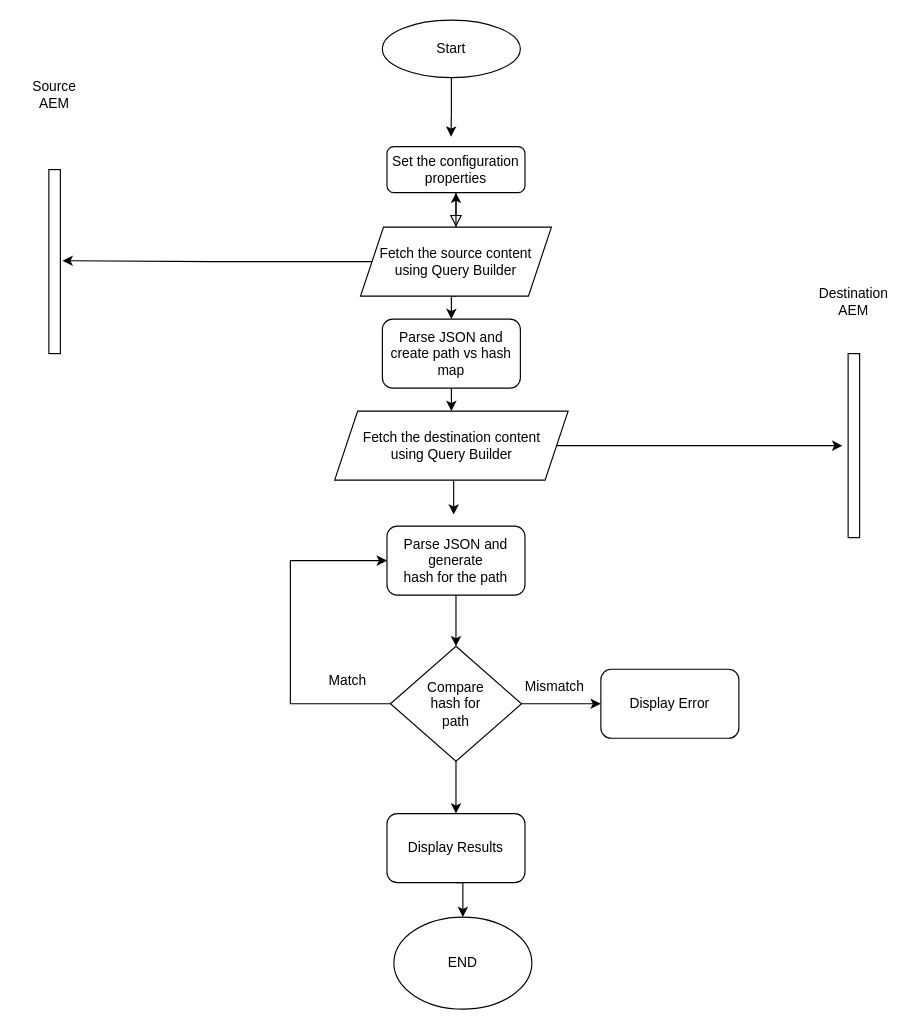
wasilzafar/assets keeps this draw.io diagram as draw-io/Migration Validation Diagram.drawio. Above is the earlier version. Source tidied: cells renumbered, new cells numbered last; positions are measured from the earlier drawing's top-left corner, leaving out a move shared by most shapes. Both pictures are drawn from the tidied source at 115%, with x=0, y=0 at pixel (20, 20).
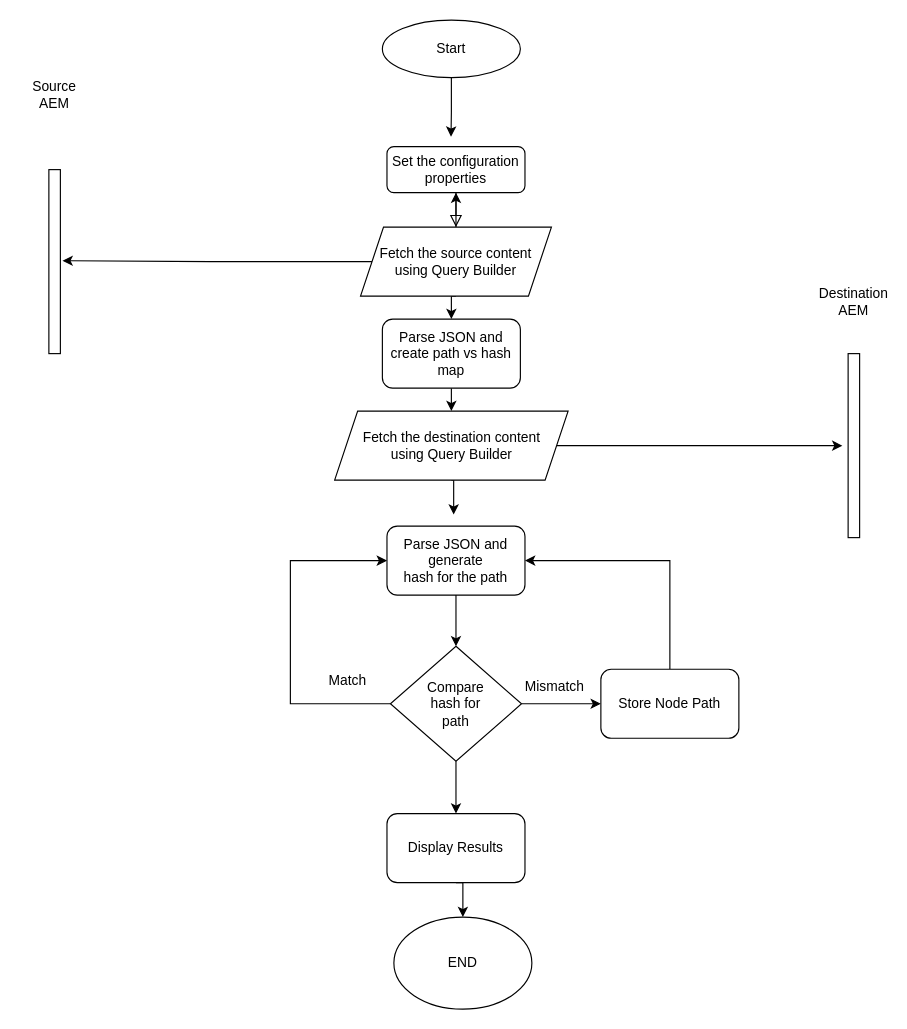
The same diagram, later.

Unchanged cells that the change refers to:
```xml
<mxCell id="20" value="Parse JSON and generate&lt;br&gt;hash for the path" style="rounded=1;whiteSpace=wrap;html=1;" parent="1" vertex="1">
  <mxGeometry x="319" y="440" width="120" height="60" as="geometry" />
</mxCell>
```

Diff of the diagram source:
```diff
@@
+    <mxCell id="31" style="edgeStyle=orthogonalEdgeStyle;rounded=0;jettySize=auto;html=1;exitX=0.5;exitY=0;exitDx=0;exitDy=0;entryX=1;entryY=0.5;entryDx=0;entryDy=0;" parent="1" edge="1" source="29" target="20">
+      <mxGeometry relative="1" as="geometry" />
+    </mxCell>
-    <mxCell id="29" value="Display Error" style="rounded=1;whiteSpace=wrap;html=1;" parent="1" vertex="1">
+    <mxCell id="29" value="Store Node Path" style="rounded=1;whiteSpace=wrap;html=1;" parent="1" vertex="1">
       <mxGeometry x="505" y="564.5" width="120" height="60" as="geometry" />
     </mxCell>
```
